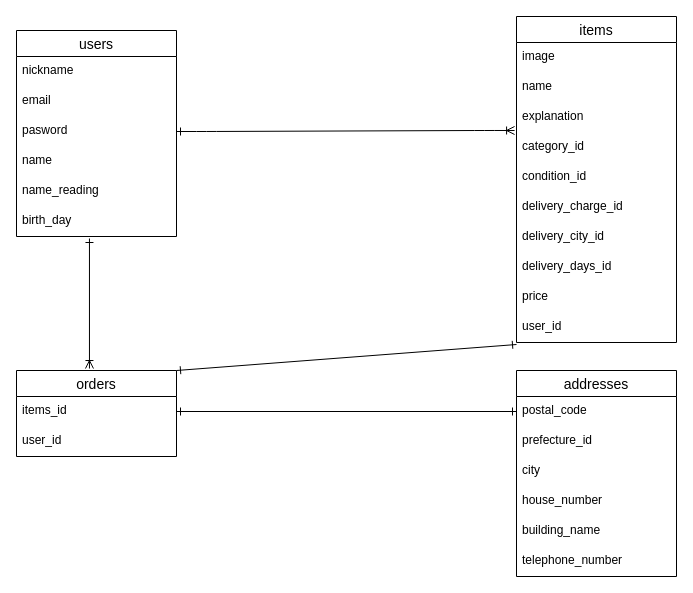
The draw.io diagram test.dio in naoki-shiogao/furima-39541, before the edit. Source tidied: cells renumbered, new cells numbered last; positions are measured from the earlier drawing's top-left corner, leaving out a move shared by most shapes. Both pictures are drawn from the tidied source at 100%, with x=0, y=0 at pixel (16, 16).
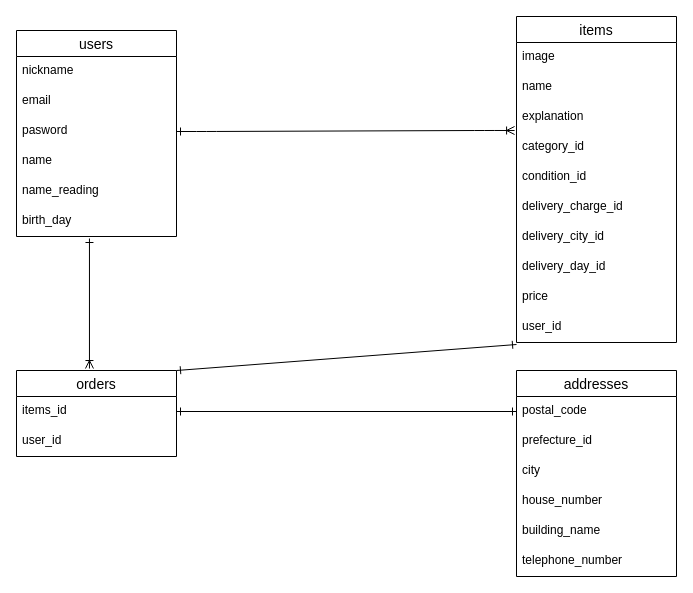
Above is the later version.

Commit message (it also covers changes not shown here):
データベース再々設計

Unchanged cells that the change refers to:
```xml
<mxCell id="9" value="items" style="swimlane;fontStyle=0;horizontal=1;startSize=26;align=center;fontSize=14;" parent="1" vertex="1">
  <mxGeometry x="500" width="160" height="326" as="geometry" />
</mxCell>
```

The edit, as a diff of the source:
```diff
@@
-    <mxCell id="17" value="delivery_days_id" style="text;strokeColor=none;fillColor=none;spacingLeft=4;spacingRight=4;overflow=hidden;fontSize=12;" parent="9" vertex="1">
+    <mxCell id="17" value="delivery_day_id" style="text;strokeColor=none;fillColor=none;spacingLeft=4;spacingRight=4;overflow=hidden;fontSize=12;" parent="9" vertex="1">
       <mxGeometry y="236" width="160" height="30" as="geometry" />
     </mxCell>
```
